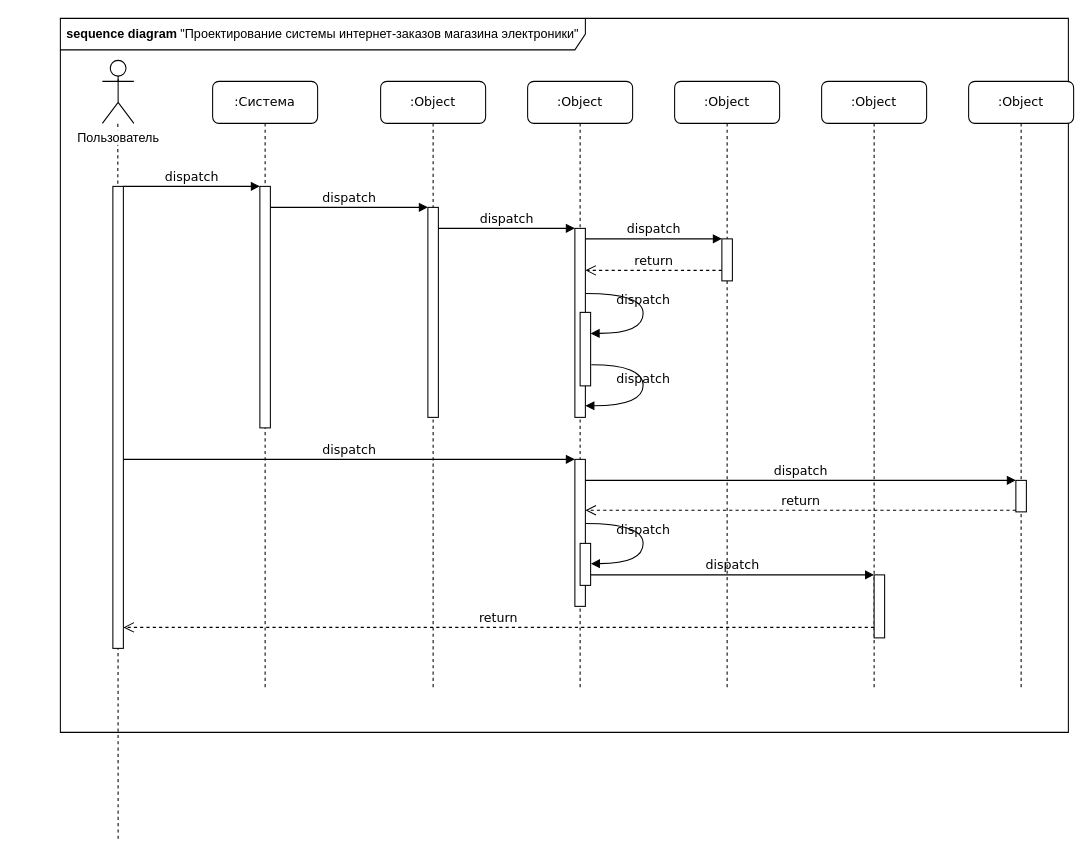
Earlier version of the draw.io diagram sequence_1.drawio (randomunrandom/MSS). Source tidied: cells renumbered, new cells numbered last; positions are measured from the earlier drawing's top-left corner, leaving out a move shared by most shapes. Both pictures are drawn from the tidied source at 105%, with x=0, y=0 at pixel (60, 18).
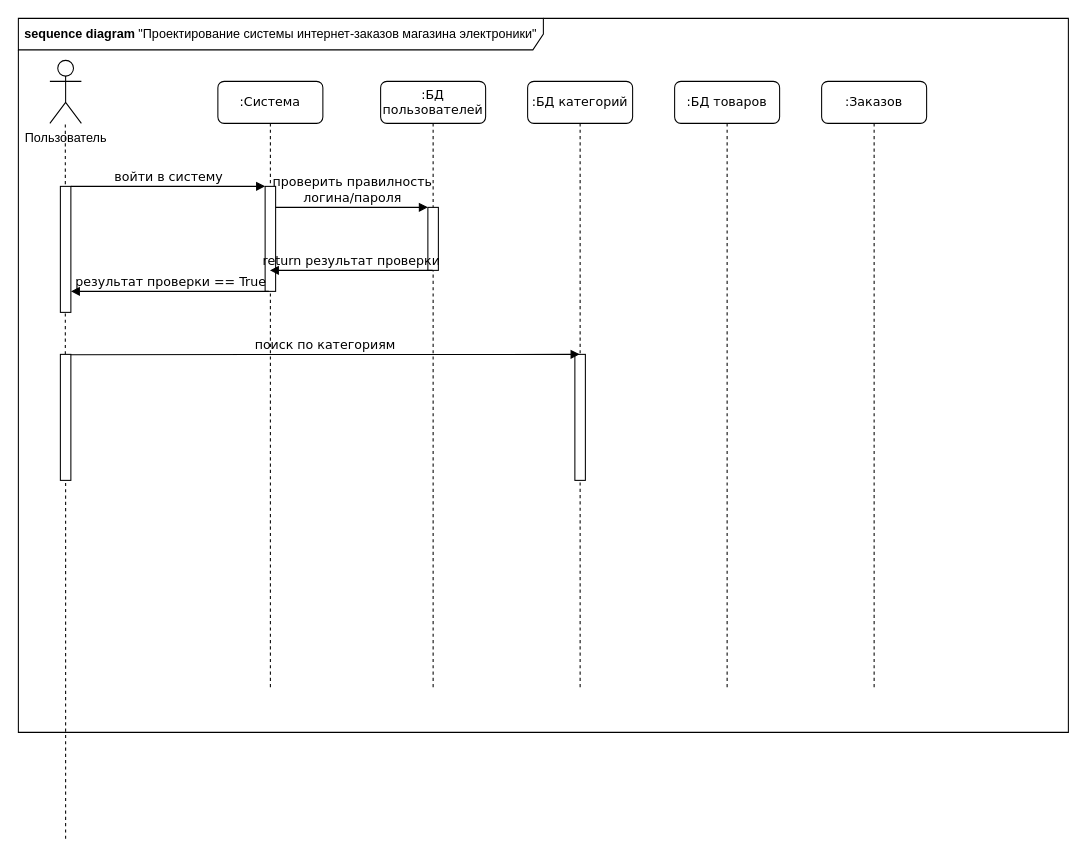
After the change.

What changed in the source:
```diff
@@
     <mxCell id="2" value="&lt;b&gt;sequence diagram&lt;/b&gt;&amp;nbsp;&quot;Проектирование системы интернет-заказов магазина электроники&quot;" style="shape=umlFrame;whiteSpace=wrap;html=1;width=500;height=30;" parent="1" vertex="1">
-      <mxGeometry width="960" height="680" as="geometry" />
+      <mxGeometry x="-40" width="1000" height="680" as="geometry" />
     </mxCell>
-    <mxCell id="3" style="endArrow=none;dashed=1;html=1;strokeColor=#000000;" parent="1" edge="1">
-      <mxGeometry relative="1" as="geometry">
-        <mxPoint x="55" y="781.4" as="sourcePoint" />
-        <mxPoint x="54.7" y="100" as="targetPoint" />
-      </mxGeometry>
-    </mxCell>
     <mxCell id="4" value=":Система" style="shape=umlLifeline;perimeter=lifelinePerimeter;whiteSpace=wrap;html=1;outlineConnect=0;rounded=1;shadow=0;comic=0;labelBackgroundColor=none;strokeWidth=1;fontFamily=Verdana;fontSize=12;align=center;" parent="1" vertex="1">
-      <mxGeometry x="145" y="60" width="100" height="580" as="geometry" />
+      <mxGeometry x="150" y="60" width="100" height="580" as="geometry" />
     </mxCell>
     <mxCell id="5" style="html=1;points=[];perimeter=orthogonalPerimeter;rounded=0;shadow=0;comic=0;labelBackgroundColor=none;strokeWidth=1;fontFamily=Verdana;fontSize=12;align=center;" parent="4" vertex="1">
-      <mxGeometry x="45" y="100" width="10" height="230" as="geometry" />
+      <mxGeometry x="45" y="100" width="10" height="100" as="geometry" />
     </mxCell>
-    <mxCell id="6" value=":Object" style="shape=umlLifeline;perimeter=lifelinePerimeter;whiteSpace=wrap;html=1;outlineConnect=0;rounded=1;shadow=0;comic=0;labelBackgroundColor=none;strokeWidth=1;fontFamily=Verdana;fontSize=12;align=center;" parent="1" vertex="1">
+    <mxCell id="6" value=":БД пользователей" style="shape=umlLifeline;perimeter=lifelinePerimeter;whiteSpace=wrap;html=1;outlineConnect=0;rounded=1;shadow=0;comic=0;labelBackgroundColor=none;strokeWidth=1;fontFamily=Verdana;fontSize=12;align=center;" parent="1" vertex="1">
       <mxGeometry x="305" y="60" width="100" height="580" as="geometry" />
     </mxCell>
     <mxCell id="7" style="html=1;points=[];perimeter=orthogonalPerimeter;rounded=0;shadow=0;comic=0;labelBackgroundColor=none;strokeWidth=1;fontFamily=Verdana;fontSize=12;align=center;" parent="6" vertex="1">
-      <mxGeometry x="45" y="120" width="10" height="200" as="geometry" />
+      <mxGeometry x="45" y="120" width="10" height="60" as="geometry" />
     </mxCell>
-    <mxCell id="8" value=":Object" style="shape=umlLifeline;perimeter=lifelinePerimeter;whiteSpace=wrap;html=1;outlineConnect=0;rounded=1;shadow=0;comic=0;labelBackgroundColor=none;strokeWidth=1;fontFamily=Verdana;fontSize=12;align=center;" parent="1" vertex="1">
+    <mxCell id="8" value=":БД категорий" style="shape=umlLifeline;perimeter=lifelinePerimeter;whiteSpace=wrap;html=1;outlineConnect=0;rounded=1;shadow=0;comic=0;labelBackgroundColor=none;strokeWidth=1;fontFamily=Verdana;fontSize=12;align=center;" parent="1" vertex="1">
       <mxGeometry x="445" y="60" width="100" height="580" as="geometry" />
     </mxCell>
+    <mxCell id="35" style="html=1;perimeter=orthogonalPerimeter;rounded=0;shadow=0;comic=0;labelBackgroundColor=none;strokeWidth=1;fontFamily=Verdana;fontSize=12;align=center;" parent="8" vertex="1">
+      <mxGeometry x="45" y="260" width="10" height="120" as="geometry" />
+    </mxCell>
-    <mxCell id="9" value=":Object" style="shape=umlLifeline;perimeter=lifelinePerimeter;whiteSpace=wrap;html=1;rounded=1;shadow=0;comic=0;labelBackgroundColor=none;strokeWidth=1;fontFamily=Verdana;fontSize=12;align=center;" parent="1" vertex="1">
+    <mxCell id="9" value=":БД товаров" style="shape=umlLifeline;perimeter=lifelinePerimeter;whiteSpace=wrap;html=1;rounded=1;shadow=0;comic=0;labelBackgroundColor=none;strokeWidth=1;fontFamily=Verdana;fontSize=12;align=center;" parent="1" vertex="1">
       <mxGeometry x="585" y="60" width="100" height="580" as="geometry" />
     </mxCell>
-    <mxCell id="10" value=":Object" style="shape=umlLifeline;perimeter=lifelinePerimeter;whiteSpace=wrap;html=1;rounded=1;shadow=0;comic=0;labelBackgroundColor=none;strokeWidth=1;fontFamily=Verdana;fontSize=12;align=center;" parent="1" vertex="1">
+    <mxCell id="10" value=":Заказов" style="shape=umlLifeline;perimeter=lifelinePerimeter;whiteSpace=wrap;html=1;rounded=1;shadow=0;comic=0;labelBackgroundColor=none;strokeWidth=1;fontFamily=Verdana;fontSize=12;align=center;" parent="1" vertex="1">
       <mxGeometry x="725" y="60" width="100" height="580" as="geometry" />
     </mxCell>
-    <mxCell id="11" value=":Object" style="shape=umlLifeline;perimeter=lifelinePerimeter;whiteSpace=wrap;html=1;rounded=1;shadow=0;comic=0;labelBackgroundColor=none;strokeWidth=1;fontFamily=Verdana;fontSize=12;align=center;" parent="1" vertex="1">
-      <mxGeometry x="865" y="60" width="100" height="580" as="geometry" />
-    </mxCell>
-    <mxCell id="12" style="html=1;points=[];perimeter=orthogonalPerimeter;rounded=0;shadow=0;comic=0;labelBackgroundColor=none;strokeWidth=1;fontFamily=Verdana;fontSize=12;align=center;" parent="1" vertex="1">
-      <mxGeometry x="490" y="200" width="10" height="180" as="geometry" />
-    </mxCell>
-    <mxCell id="13" value="dispatch" style="html=1;verticalAlign=bottom;endArrow=block;labelBackgroundColor=none;fontFamily=Verdana;fontSize=12;edgeStyle=elbowEdgeStyle;elbow=vertical;" parent="1" edge="1" source="7" target="12">
-      <mxGeometry relative="1" as="geometry">
-        <Array as="points">
-          <mxPoint x="365" y="200" />
-        </Array>
-      </mxGeometry>
-    </mxCell>
-    <mxCell id="14" style="html=1;points=[];perimeter=orthogonalPerimeter;rounded=0;shadow=0;comic=0;labelBackgroundColor=none;strokeWidth=1;fontFamily=Verdana;fontSize=12;align=center;" parent="1" vertex="1">
-      <mxGeometry x="630" y="210" width="10" height="40" as="geometry" />
-    </mxCell>
-    <mxCell id="15" value="dispatch" style="html=1;verticalAlign=bottom;endArrow=block;entryX=0;entryY=0;labelBackgroundColor=none;fontFamily=Verdana;fontSize=12;edgeStyle=elbowEdgeStyle;elbow=vertical;" parent="1" edge="1" source="12" target="14">
-      <mxGeometry relative="1" as="geometry" />
-    </mxCell>
-    <mxCell id="16" value="return" style="html=1;verticalAlign=bottom;endArrow=open;dashed=1;endSize=8;labelBackgroundColor=none;fontFamily=Verdana;fontSize=12;edgeStyle=elbowEdgeStyle;elbow=vertical;" parent="1" edge="1" source="14" target="12">
-      <mxGeometry relative="1" as="geometry">
-        <Array as="points">
-          <mxPoint x="575" y="240" />
-          <mxPoint x="605" y="240" />
-        </Array>
-      </mxGeometry>
-    </mxCell>
-    <mxCell id="17" style="html=1;points=[];perimeter=orthogonalPerimeter;rounded=0;shadow=0;comic=0;labelBackgroundColor=none;strokeWidth=1;fontFamily=Verdana;fontSize=12;align=center;" parent="1" vertex="1">
-      <mxGeometry x="490" y="420" width="10" height="140" as="geometry" />
-    </mxCell>
-    <mxCell id="18" value="dispatch" style="html=1;verticalAlign=bottom;endArrow=block;entryX=0;entryY=0;labelBackgroundColor=none;fontFamily=Verdana;fontSize=12;" parent="1" edge="1" source="33" target="17">
-      <mxGeometry relative="1" as="geometry" />
-    </mxCell>
-    <mxCell id="19" style="html=1;points=[];perimeter=orthogonalPerimeter;rounded=0;shadow=0;comic=0;labelBackgroundColor=none;strokeColor=#000000;strokeWidth=1;fillColor=#FFFFFF;fontFamily=Verdana;fontSize=12;fontColor=#000000;align=center;" parent="1" vertex="1">
-      <mxGeometry x="910" y="440" width="10" height="30" as="geometry" />
-    </mxCell>
-    <mxCell id="20" value="dispatch" style="html=1;verticalAlign=bottom;endArrow=block;entryX=0;entryY=0;labelBackgroundColor=none;fontFamily=Verdana;fontSize=12;" parent="1" edge="1" source="17" target="19">
-      <mxGeometry relative="1" as="geometry" />
-    </mxCell>
-    <mxCell id="21" value="return" style="html=1;verticalAlign=bottom;endArrow=open;dashed=1;endSize=8;exitX=0;exitY=0.95;labelBackgroundColor=none;fontFamily=Verdana;fontSize=12;" parent="1" edge="1" source="19" target="17">
-      <mxGeometry relative="1" as="geometry" />
-    </mxCell>
-    <mxCell id="22" style="html=1;points=[];perimeter=orthogonalPerimeter;rounded=0;shadow=0;comic=0;labelBackgroundColor=none;strokeWidth=1;fontFamily=Verdana;fontSize=12;align=center;" parent="1" vertex="1">
-      <mxGeometry x="775" y="530" width="10" height="60" as="geometry" />
-    </mxCell>
-    <mxCell id="23" value="dispatch" style="html=1;verticalAlign=bottom;endArrow=block;entryX=0;entryY=0;labelBackgroundColor=none;fontFamily=Verdana;fontSize=12;edgeStyle=elbowEdgeStyle;elbow=vertical;" parent="1" edge="1" source="30" target="22">
-      <mxGeometry relative="1" as="geometry" />
-    </mxCell>
-    <mxCell id="24" value="return" style="html=1;verticalAlign=bottom;endArrow=open;dashed=1;endSize=8;labelBackgroundColor=none;fontFamily=Verdana;fontSize=12;edgeStyle=elbowEdgeStyle;elbow=vertical;" parent="1" edge="1" source="22" target="33">
-      <mxGeometry relative="1" as="geometry">
-        <Array as="points">
-          <mxPoint x="475" y="580" />
-        </Array>
-      </mxGeometry>
-    </mxCell>
-    <mxCell id="25" value="dispatch" style="html=1;verticalAlign=bottom;endArrow=block;entryX=0;entryY=0;labelBackgroundColor=none;fontFamily=Verdana;fontSize=12;edgeStyle=elbowEdgeStyle;elbow=vertical;" parent="1" edge="1" source="33" target="5">
+    <mxCell id="25" value="войти в систему" style="html=1;verticalAlign=bottom;endArrow=block;entryX=0;entryY=0;labelBackgroundColor=none;fontFamily=Verdana;fontSize=12;edgeStyle=elbowEdgeStyle;elbow=vertical;" parent="1" edge="1" source="33" target="5">
       <mxGeometry relative="1" as="geometry" />
     </mxCell>
-    <mxCell id="26" value="dispatch" style="html=1;verticalAlign=bottom;endArrow=block;entryX=0;entryY=0;labelBackgroundColor=none;fontFamily=Verdana;fontSize=12;edgeStyle=elbowEdgeStyle;elbow=vertical;" parent="1" edge="1" source="5" target="7">
+    <mxCell id="26" value="проверить правилность&lt;br&gt;логина/пароля" style="html=1;verticalAlign=bottom;endArrow=block;entryX=0;entryY=0;labelBackgroundColor=none;fontFamily=Verdana;fontSize=12;edgeStyle=elbowEdgeStyle;elbow=vertical;" parent="1" edge="1" source="5" target="7">
       <mxGeometry relative="1" as="geometry" />
     </mxCell>
-    <mxCell id="27" style="html=1;points=[];perimeter=orthogonalPerimeter;rounded=0;shadow=0;comic=0;labelBackgroundColor=none;strokeWidth=1;fontFamily=Verdana;fontSize=12;align=center;" parent="1" vertex="1">
-      <mxGeometry x="495" y="280" width="10" height="70" as="geometry" />
-    </mxCell>
-    <mxCell id="28" value="dispatch" style="html=1;verticalAlign=bottom;endArrow=block;labelBackgroundColor=none;fontFamily=Verdana;fontSize=12;elbow=vertical;edgeStyle=orthogonalEdgeStyle;curved=1;entryX=1;entryY=0.286;entryPerimeter=0;exitX=1.038;exitY=0.345;exitPerimeter=0;" parent="1" edge="1" source="12" target="27">
-      <mxGeometry relative="1" as="geometry">
-        <Array as="points">
-          <mxPoint x="555" y="262" />
-          <mxPoint x="555" y="300" />
-        </Array>
-      </mxGeometry>
-    </mxCell>
-    <mxCell id="29" value="dispatch" style="html=1;verticalAlign=bottom;endArrow=block;labelBackgroundColor=none;fontFamily=Verdana;fontSize=12;elbow=vertical;edgeStyle=orthogonalEdgeStyle;curved=1;exitX=1.066;exitY=0.713;exitPerimeter=0;" parent="1" edge="1" source="27">
-      <mxGeometry relative="1" as="geometry">
-        <mxPoint x="500" y="369" as="targetPoint" />
-        <Array as="points">
-          <mxPoint x="555" y="330" />
-          <mxPoint x="555" y="369" />
-        </Array>
-      </mxGeometry>
-    </mxCell>
-    <mxCell id="30" style="html=1;points=[];perimeter=orthogonalPerimeter;rounded=0;shadow=0;comic=0;labelBackgroundColor=none;strokeWidth=1;fontFamily=Verdana;fontSize=12;align=center;" parent="1" vertex="1">
-      <mxGeometry x="495" y="500" width="10" height="40" as="geometry" />
-    </mxCell>
-    <mxCell id="31" value="dispatch" style="html=1;verticalAlign=bottom;endArrow=block;labelBackgroundColor=none;fontFamily=Verdana;fontSize=12;elbow=vertical;edgeStyle=orthogonalEdgeStyle;curved=1;entryX=1;entryY=0.286;entryPerimeter=0;exitX=1.038;exitY=0.345;exitPerimeter=0;" parent="1" edge="1">
-      <mxGeometry relative="1" as="geometry">
-        <mxPoint x="500.3" y="481" as="sourcePoint" />
-        <mxPoint x="505.3" y="519.3" as="targetPoint" />
-        <Array as="points">
-          <mxPoint x="555" y="481" />
-          <mxPoint x="555" y="519" />
-        </Array>
-      </mxGeometry>
-    </mxCell>
-    <mxCell id="32" style="edgeStyle=orthogonalEdgeStyle;rounded=0;jettySize=auto;html=1;exitX=0.5;exitY=0;exitDx=0;exitDy=0;exitPerimeter=0;entryX=0.5;entryY=0;entryDx=0;entryDy=0;entryPerimeter=0;strokeColor=#000000;endArrow=none;endFill=0;dashed=1;" parent="1" edge="1" source="34">
-      <mxGeometry relative="1" as="geometry">
-        <mxPoint x="55" y="60" as="targetPoint" />
-      </mxGeometry>
-    </mxCell>
+    <mxCell id="34" value="Пользователь" style="shape=umlActor;verticalLabelPosition=bottom;labelBackgroundColor=#ffffff;verticalAlign=top;html=1;outlineConnect=0;" parent="1" vertex="1">
+      <mxGeometry x="-10" y="40" width="30" height="60" as="geometry" />
+    </mxCell>
+    <mxCell id="36" value="return результат проверки" style="html=1;verticalAlign=bottom;endArrow=block;labelBackgroundColor=none;fontFamily=Verdana;fontSize=12;edgeStyle=elbowEdgeStyle;elbow=vertical;" parent="1" edge="1" source="6" target="4">
+      <mxGeometry relative="1" as="geometry">
+        <Array as="points">
+          <mxPoint x="280" y="240" />
+        </Array>
+      </mxGeometry>
+    </mxCell>
+    <mxCell id="37" value="результат проверки == True" style="html=1;verticalAlign=bottom;endArrow=block;labelBackgroundColor=none;fontFamily=Verdana;fontSize=12;elbow=vertical;" parent="1" edge="1" target="33">
+      <mxGeometry relative="1" as="geometry">
+        <mxPoint x="198.5" y="260" as="sourcePoint" />
+      </mxGeometry>
+    </mxCell>
+    <mxCell id="3" style="endArrow=none;dashed=1;html=1;strokeColor=#000000;" parent="1" edge="1" source="38">
+      <mxGeometry relative="1" as="geometry">
+        <mxPoint x="4.7" y="100" as="targetPoint" />
+      </mxGeometry>
+    </mxCell>
     <mxCell id="33" style="html=1;points=[];perimeter=orthogonalPerimeter;rounded=0;shadow=0;comic=0;labelBackgroundColor=none;strokeWidth=1;fontFamily=Verdana;fontSize=12;align=center;" parent="1" vertex="1">
-      <mxGeometry x="50" y="160" width="10" height="440" as="geometry" />
+      <mxGeometry y="160" width="10" height="120" as="geometry" />
     </mxCell>
-    <mxCell id="34" value="Пользователь" style="shape=umlActor;verticalLabelPosition=bottom;labelBackgroundColor=#ffffff;verticalAlign=top;html=1;outlineConnect=0;" parent="1" vertex="1">
-      <mxGeometry x="40" y="40" width="30" height="60" as="geometry" />
-    </mxCell>
+    <mxCell id="38" style="html=1;points=[];perimeter=orthogonalPerimeter;rounded=0;shadow=0;comic=0;labelBackgroundColor=none;strokeWidth=1;fontFamily=Verdana;fontSize=12;align=center;" parent="1" vertex="1">
+      <mxGeometry y="320" width="10" height="120" as="geometry" />
+    </mxCell>
+    <mxCell id="39" style="endArrow=none;dashed=1;html=1;strokeColor=#000000;" parent="1" edge="1" target="38">
+      <mxGeometry relative="1" as="geometry">
+        <mxPoint x="5" y="781.4" as="sourcePoint" />
+      </mxGeometry>
+    </mxCell>
+    <mxCell id="40" value="поиск по категориям" style="html=1;verticalAlign=bottom;endArrow=block;labelBackgroundColor=none;fontFamily=Verdana;fontSize=12;edgeStyle=elbowEdgeStyle;elbow=vertical;" parent="1" edge="1" target="8">
+      <mxGeometry relative="1" as="geometry">
+        <mxPoint x="10" y="320.3" as="sourcePoint" />
+        <Array as="points">
+          <mxPoint x="200" y="320" />
+        </Array>
+      </mxGeometry>
+    </mxCell>
```
